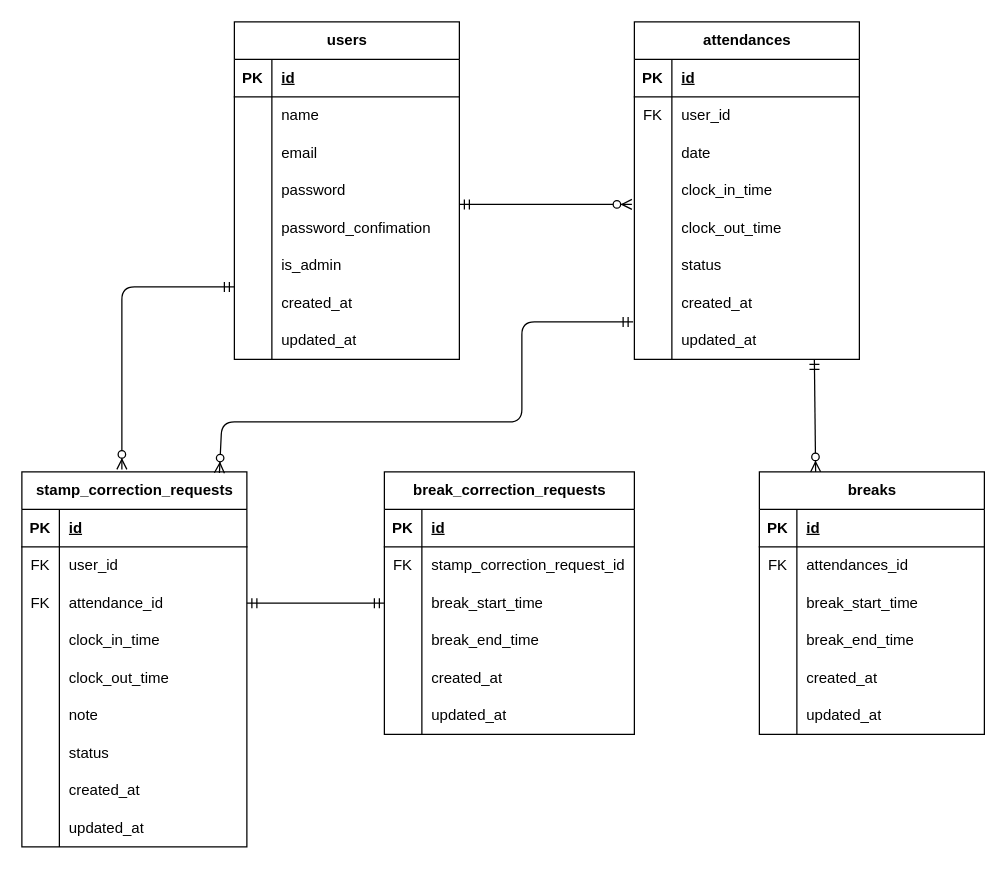
butterfly-39/attendance_management_system_20250403 keeps this draw.io diagram as diagram.drawio. Above is the earlier version. Source tidied: cells renumbered, new cells numbered last; positions are measured from the earlier drawing's top-left corner, leaving out a move shared by most shapes. Both pictures are drawn from the tidied source at 125%, with x=0, y=0 at pixel (21, 21).
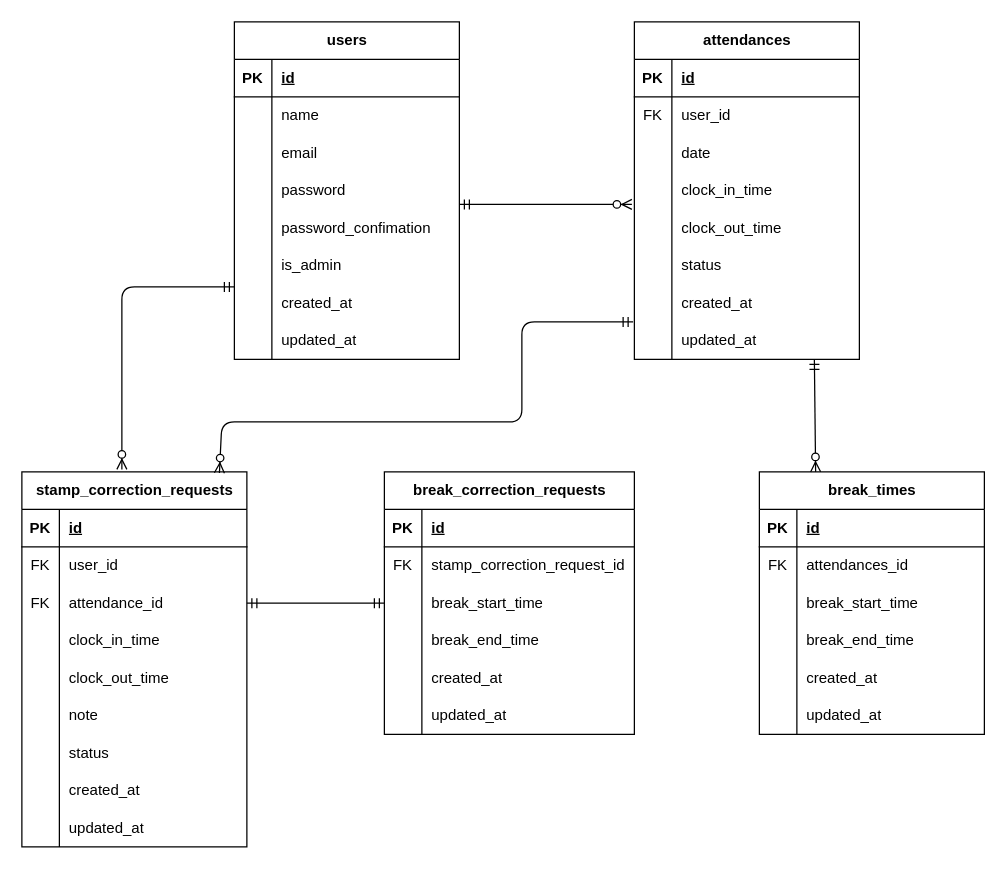
Above is the later version.

The edit, as a diff of the source:
```diff
@@
-    <mxCell id="80" value="breaks" style="shape=table;startSize=30;childLayout=tableLayout;rowLines=0;fontStyle=1;align=center;html=1;" parent="1" vertex="1">
+    <mxCell id="80" value="break_times" style="shape=table;startSize=30;childLayout=tableLayout;rowLines=0;fontStyle=1;align=center;html=1;" parent="1" vertex="1">
       <mxGeometry x="590" y="360" width="180" height="210" as="geometry" />
     </mxCell>
```
